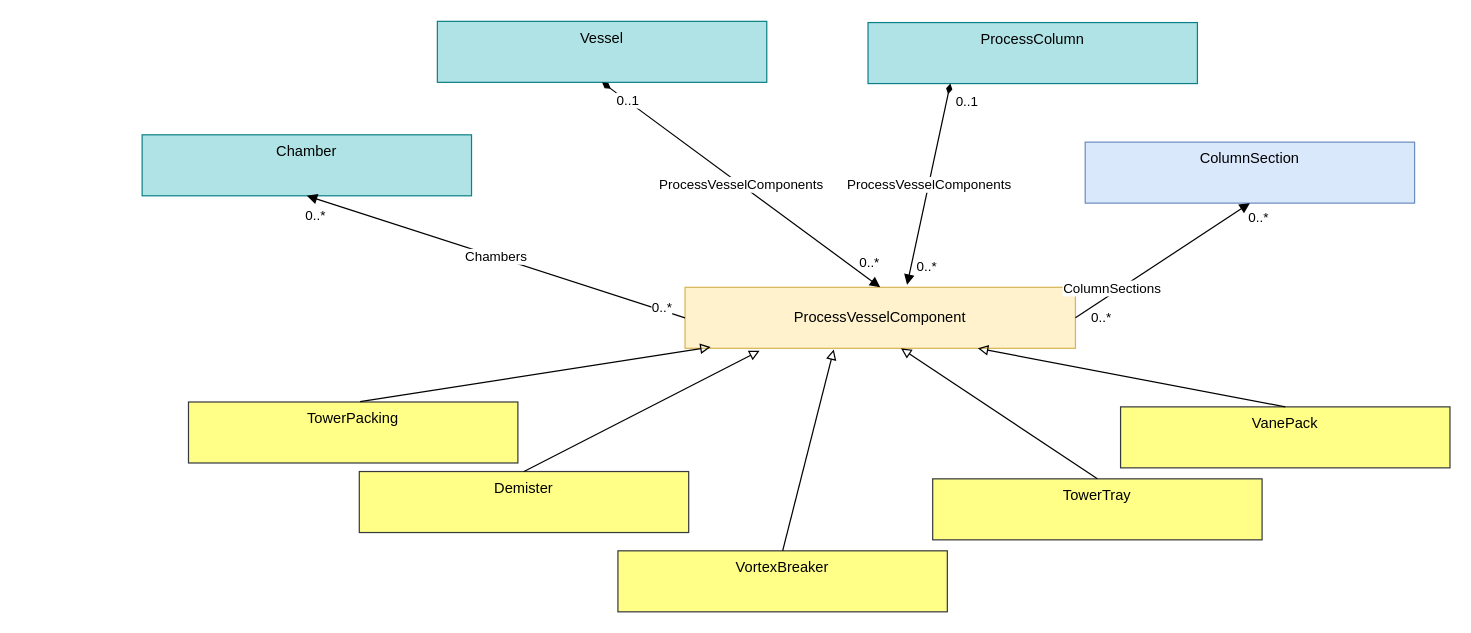
Before: page "ProcessColumnComponent_FullExample" (2 of 3) of ContinuationProject/ContentTeam/ProcessColumnComponents.drawio in ToniaPedersen/DISCDEXPI, a draw.io diagram. Source tidied: cells renumbered, new cells numbered last; positions are measured from the earlier drawing's top-left corner, leaving out a move shared by most shapes. Both pictures are drawn from the tidied source at 122%, with x=0, y=0 at pixel (142, 21).
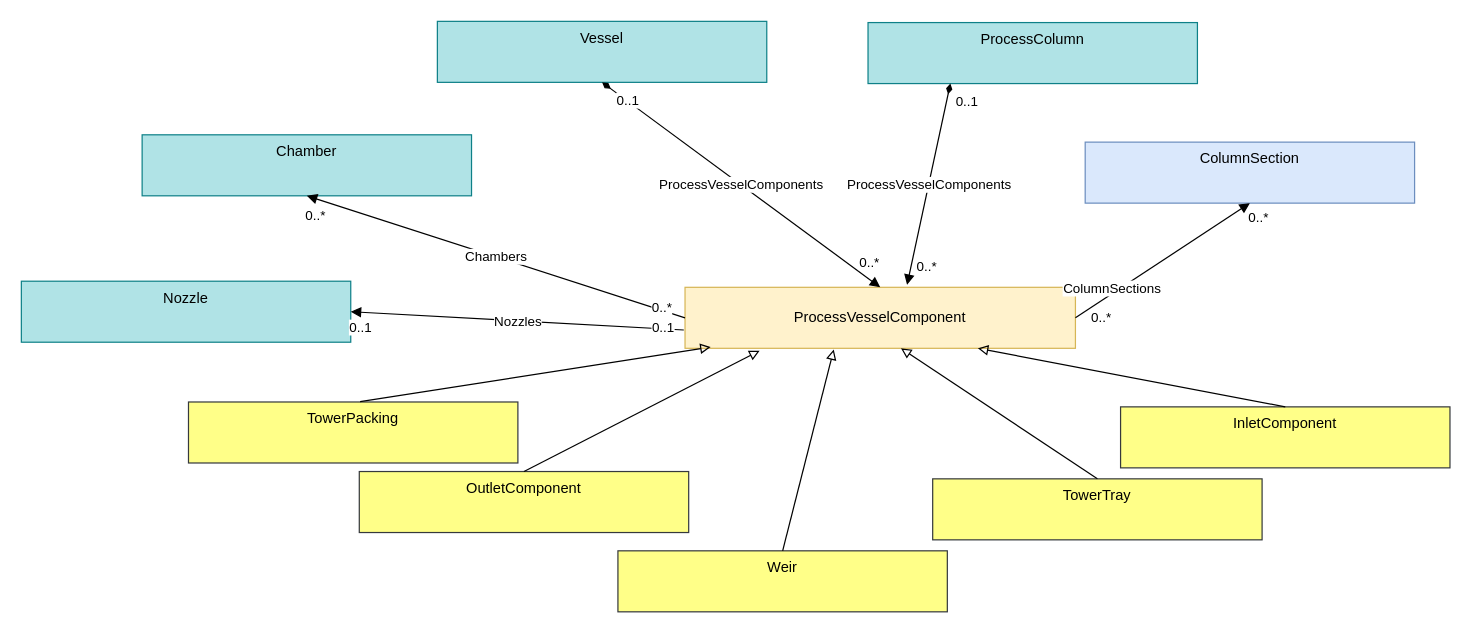
The same diagram, later.

Change to the diagram source:
```diff
@@
-    <mxCell id="2" value="Demister" style="rounded=0;whiteSpace=wrap;html=1;fillColor=#ffff88;strokeColor=#36393d;verticalAlign=top;" parent="1" vertex="1">
+    <mxCell id="2" value="OutletComponent" style="rounded=0;whiteSpace=wrap;html=1;fillColor=#ffff88;strokeColor=#36393d;verticalAlign=top;" parent="1" vertex="1">
       <mxGeometry x="178" y="369" width="270" height="50" as="geometry" />
     </mxCell>
@@
-    <mxCell id="8" value="VortexBreaker" style="rounded=0;whiteSpace=wrap;html=1;fillColor=#ffff88;strokeColor=#36393d;verticalAlign=top;" parent="1" vertex="1">
+    <mxCell id="8" value="Weir" style="rounded=0;whiteSpace=wrap;html=1;fillColor=#ffff88;strokeColor=#36393d;verticalAlign=top;" parent="1" vertex="1">
       <mxGeometry x="390" y="434" width="270" height="50" as="geometry" />
     </mxCell>
@@
-    <mxCell id="19" value="VanePack" style="rounded=0;whiteSpace=wrap;html=1;fillColor=#ffff88;strokeColor=#36393d;verticalAlign=top;" parent="1" vertex="1">
+    <mxCell id="19" value="InletComponent" style="rounded=0;whiteSpace=wrap;html=1;fillColor=#ffff88;strokeColor=#36393d;verticalAlign=top;" parent="1" vertex="1">
       <mxGeometry x="802" y="316" width="270" height="50" as="geometry" />
     </mxCell>
@@
+    <mxCell id="29" value="Nozzle" style="rounded=0;whiteSpace=wrap;html=1;fillColor=#b0e3e6;strokeColor=#0e8088;verticalAlign=top;" parent="1" vertex="1">
+      <mxGeometry x="-99" y="213" width="270" height="50" as="geometry" />
+    </mxCell>
+    <mxCell id="30" value="Nozzles" style="endArrow=none;html=1;rounded=0;startArrow=block;startFill=1;exitX=1;exitY=0.5;exitDx=0;exitDy=0;endFill=0;" parent="1" edge="1" source="29">
+      <mxGeometry relative="1" as="geometry">
+        <mxPoint x="444" y="253" as="targetPoint" />
+      </mxGeometry>
+    </mxCell>
+    <mxCell id="31" value="0..1" style="edgeLabel;html=1;align=center;verticalAlign=middle;" parent="30" vertex="1">
+      <mxGeometry x="0.87" y="2" relative="1" as="geometry" />
+    </mxCell>
+    <mxCell id="32" value="0..1" style="edgeLabel;html=1;align=center;verticalAlign=middle;" parent="30" vertex="1">
+      <mxGeometry x="-0.93" y="-5" relative="1" as="geometry">
+        <mxPoint x="-2" y="7" as="offset" />
+      </mxGeometry>
+    </mxCell>
```
